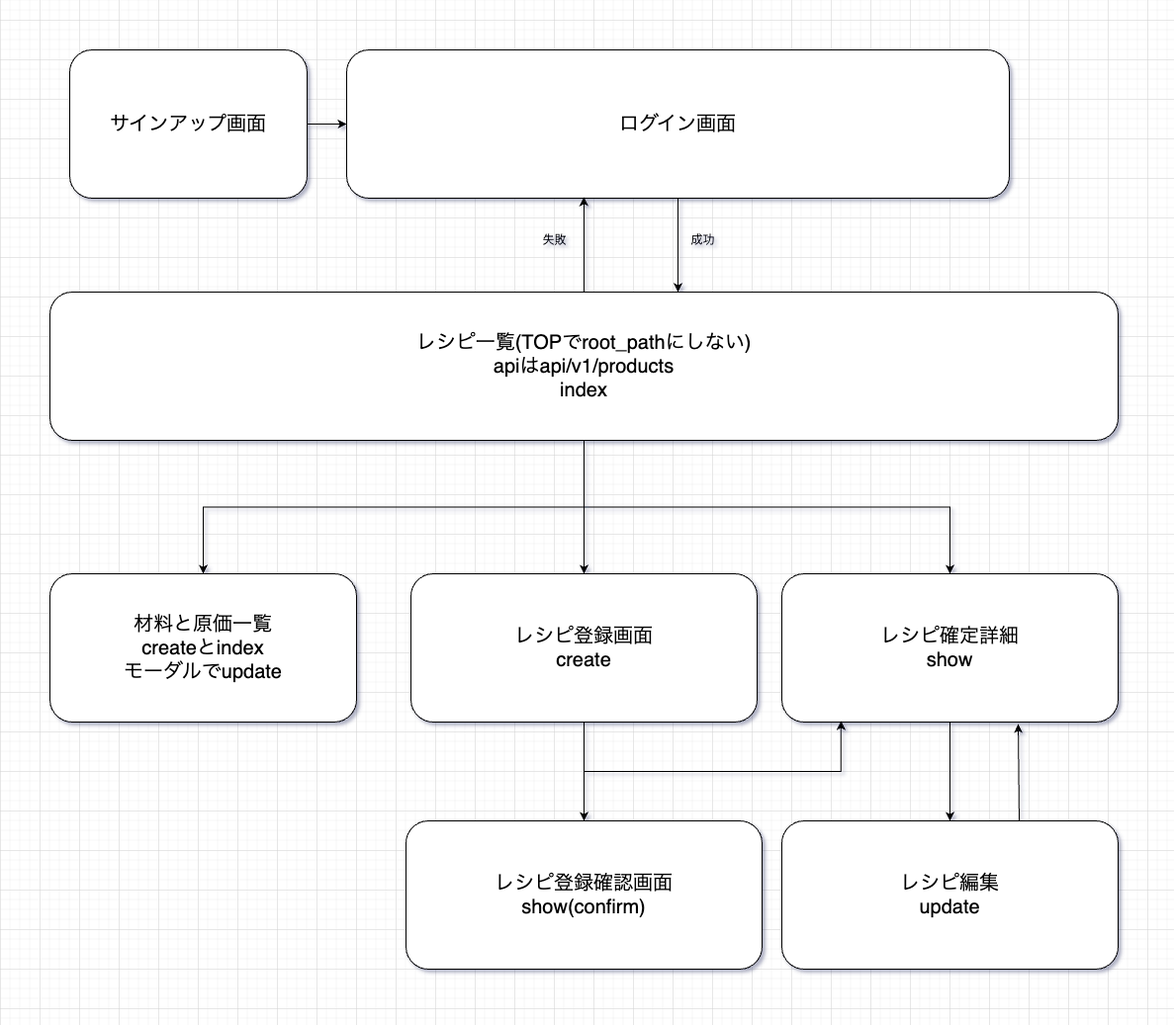
This is images/transition_diagram.png from uenomoto/original_product, a draw.io export, as it was before one commit. Source tidied: cells renumbered, new cells last; positions are measured from the earlier drawing's top-left corner, leaving out a move shared by most shapes. Its diagram source:
```xml
<mxGraphModel>
  <root>
    <mxCell id="0" />
    <mxCell id="1" parent="0" />
    <mxCell id="2" style="edgeStyle=orthogonalEdgeStyle;rounded=0;jettySize=auto;html=1;entryX=0.588;entryY=0;entryDx=0;entryDy=0;entryPerimeter=0;" parent="1" edge="1" source="3" target="8">
      <mxGeometry relative="1" as="geometry" />
    </mxCell>
    <mxCell id="3" value="&lt;font style=&quot;font-size: 20px;&quot;&gt;ログイン画面&lt;/font&gt;" style="rounded=1;whiteSpace=wrap;html=1;" parent="1" vertex="1">
      <mxGeometry x="300" width="670" height="150" as="geometry" />
    </mxCell>
    <mxCell id="4" style="edgeStyle=orthogonalEdgeStyle;rounded=0;jettySize=auto;html=1;entryX=0.358;entryY=0.993;entryDx=0;entryDy=0;entryPerimeter=0;" parent="1" edge="1" source="8" target="3">
      <mxGeometry relative="1" as="geometry" />
    </mxCell>
    <mxCell id="5" style="edgeStyle=orthogonalEdgeStyle;rounded=0;jettySize=auto;html=1;" parent="1" edge="1" source="8" target="13">
      <mxGeometry relative="1" as="geometry" />
    </mxCell>
    <mxCell id="6" style="edgeStyle=orthogonalEdgeStyle;rounded=0;jettySize=auto;html=1;entryX=0.5;entryY=0;entryDx=0;entryDy=0;" parent="1" edge="1" source="8" target="10">
      <mxGeometry relative="1" as="geometry" />
    </mxCell>
    <mxCell id="7" style="edgeStyle=orthogonalEdgeStyle;rounded=0;jettySize=auto;html=1;" parent="1" edge="1" source="8" target="12">
      <mxGeometry relative="1" as="geometry" />
    </mxCell>
    <mxCell id="8" value="&lt;span style=&quot;font-size: 20px;&quot;&gt;レシピ一覧(TOPでroot_pathにしない)&lt;br&gt;apiはapi/v1/products&lt;br&gt;index&lt;br&gt;&lt;/span&gt;" style="rounded=1;whiteSpace=wrap;html=1;" parent="1" vertex="1">
      <mxGeometry y="245" width="1080" height="150" as="geometry" />
    </mxCell>
    <mxCell id="9" style="edgeStyle=orthogonalEdgeStyle;rounded=0;jettySize=auto;html=1;entryX=0.5;entryY=0;entryDx=0;entryDy=0;" parent="1" edge="1" source="10" target="19">
      <mxGeometry relative="1" as="geometry" />
    </mxCell>
    <mxCell id="10" value="&lt;font style=&quot;font-size: 20px;&quot;&gt;レシピ登録画面&lt;br&gt;create&lt;br&gt;&lt;/font&gt;" style="rounded=1;whiteSpace=wrap;html=1;" parent="1" vertex="1">
      <mxGeometry x="365" y="530" width="350" height="150" as="geometry" />
    </mxCell>
    <mxCell id="11" style="edgeStyle=orthogonalEdgeStyle;rounded=0;jettySize=auto;html=1;entryX=0.5;entryY=0;entryDx=0;entryDy=0;" parent="1" edge="1" source="12" target="20">
      <mxGeometry relative="1" as="geometry" />
    </mxCell>
    <mxCell id="12" value="&lt;span style=&quot;font-size: 20px;&quot;&gt;レシピ確定詳細&lt;br&gt;show&lt;br&gt;&lt;/span&gt;" style="rounded=1;whiteSpace=wrap;html=1;" parent="1" vertex="1">
      <mxGeometry x="740" y="530" width="340" height="150" as="geometry" />
    </mxCell>
    <mxCell id="13" value="&lt;span style=&quot;font-size: 20px;&quot;&gt;材料と原価一覧&lt;/span&gt;&lt;br&gt;&lt;span style=&quot;font-size: 20px;&quot;&gt;createとindex&lt;br&gt;モーダルでupdate&lt;br&gt;&lt;/span&gt;" style="rounded=1;whiteSpace=wrap;html=1;" parent="1" vertex="1">
      <mxGeometry y="530" width="310" height="150" as="geometry" />
    </mxCell>
    <mxCell id="14" style="edgeStyle=orthogonalEdgeStyle;rounded=0;jettySize=auto;html=1;" parent="1" edge="1" source="15" target="3">
      <mxGeometry relative="1" as="geometry" />
    </mxCell>
    <mxCell id="15" value="&lt;span style=&quot;font-size: 20px;&quot;&gt;サインアップ画面&lt;/span&gt;" style="rounded=1;whiteSpace=wrap;html=1;" parent="1" vertex="1">
      <mxGeometry x="20" width="240" height="150" as="geometry" />
    </mxCell>
    <mxCell id="16" value="失敗" style="text;html=1;align=center;verticalAlign=middle;strokeColor=none;fillColor=none;" parent="1" vertex="1">
      <mxGeometry x="485" y="178" width="50" height="30" as="geometry" />
    </mxCell>
    <mxCell id="17" value="成功" style="text;html=1;align=center;verticalAlign=middle;strokeColor=none;fillColor=none;" parent="1" vertex="1">
      <mxGeometry x="635" y="178" width="50" height="30" as="geometry" />
    </mxCell>
    <mxCell id="18" style="edgeStyle=orthogonalEdgeStyle;rounded=0;jettySize=auto;html=1;entryX=0.176;entryY=0.993;entryDx=0;entryDy=0;entryPerimeter=0;exitX=0.5;exitY=0;exitDx=0;exitDy=0;" parent="1" edge="1" source="19" target="12">
      <mxGeometry relative="1" as="geometry" />
    </mxCell>
    <mxCell id="19" value="&lt;font style=&quot;font-size: 20px;&quot;&gt;レシピ登録確認画面&lt;br&gt;show(confirm)&lt;br&gt;&lt;/font&gt;" style="rounded=1;whiteSpace=wrap;html=1;" parent="1" vertex="1">
      <mxGeometry x="360" y="780" width="360" height="150" as="geometry" />
    </mxCell>
    <mxCell id="20" value="&lt;span style=&quot;font-size: 20px;&quot;&gt;レシピ編集&lt;br&gt;update&lt;br&gt;&lt;/span&gt;" style="rounded=1;whiteSpace=wrap;html=1;" parent="1" vertex="1">
      <mxGeometry x="740" y="780" width="340" height="150" as="geometry" />
    </mxCell>
    <mxCell id="21" style="endArrow=classic;html=1;rounded=0;entryX=0.703;entryY=1.013;entryDx=0;entryDy=0;entryPerimeter=0;" parent="1" edge="1" target="12">
      <mxGeometry relative="1" as="geometry">
        <mxPoint x="980" y="780" as="sourcePoint" />
      </mxGeometry>
    </mxCell>
  </root>
</mxGraphModel>
```
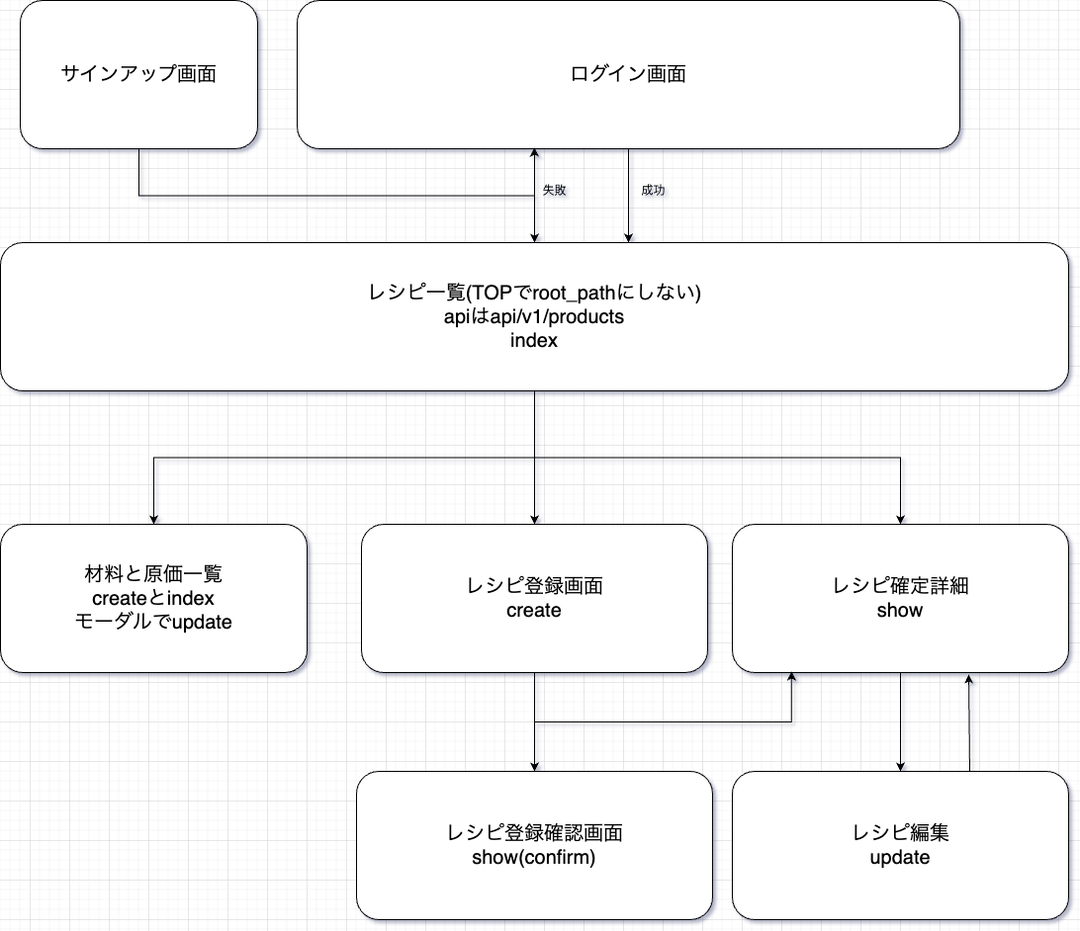
Later version of the same file.

Commit message:
画面遷移図修正

Diff of the diagram source:
```diff
@@ -38,15 +38,12 @@
     <mxCell id="13" value="&lt;span style=&quot;font-size: 20px;&quot;&gt;材料と原価一覧&lt;/span&gt;&lt;br&gt;&lt;span style=&quot;font-size: 20px;&quot;&gt;createとindex&lt;br&gt;モーダルでupdate&lt;br&gt;&lt;/span&gt;" style="rounded=1;whiteSpace=wrap;html=1;" parent="1" vertex="1">
       <mxGeometry y="530" width="310" height="150" as="geometry" />
     </mxCell>
-    <mxCell id="14" style="edgeStyle=orthogonalEdgeStyle;rounded=0;jettySize=auto;html=1;" parent="1" edge="1" source="15" target="3">
-      <mxGeometry relative="1" as="geometry" />
-    </mxCell>
+    <mxCell id="22" style="edgeStyle=orthogonalEdgeStyle;rounded=0;jettySize=auto;html=1;entryX=0.5;entryY=0;entryDx=0;entryDy=0;" parent="1" edge="1" source="15" target="8">
+      <mxGeometry relative="1" as="geometry" />
+    </mxCell>
     <mxCell id="15" value="&lt;span style=&quot;font-size: 20px;&quot;&gt;サインアップ画面&lt;/span&gt;" style="rounded=1;whiteSpace=wrap;html=1;" parent="1" vertex="1">
       <mxGeometry x="20" width="240" height="150" as="geometry" />
     </mxCell>
-    <mxCell id="16" value="失敗" style="text;html=1;align=center;verticalAlign=middle;strokeColor=none;fillColor=none;" parent="1" vertex="1">
-      <mxGeometry x="485" y="178" width="50" height="30" as="geometry" />
-    </mxCell>
     <mxCell id="17" value="成功" style="text;html=1;align=center;verticalAlign=middle;strokeColor=none;fillColor=none;" parent="1" vertex="1">
       <mxGeometry x="635" y="178" width="50" height="30" as="geometry" />
     </mxCell>
@@ -64,5 +61,8 @@
         <mxPoint x="980" y="780" as="sourcePoint" />
       </mxGeometry>
     </mxCell>
+    <mxCell id="16" value="失敗" style="text;html=1;align=center;verticalAlign=middle;strokeColor=none;fillColor=none;" parent="1" vertex="1">
+      <mxGeometry x="535" y="178" width="50" height="30" as="geometry" />
+    </mxCell>
   </root>
 </mxGraphModel>
```
